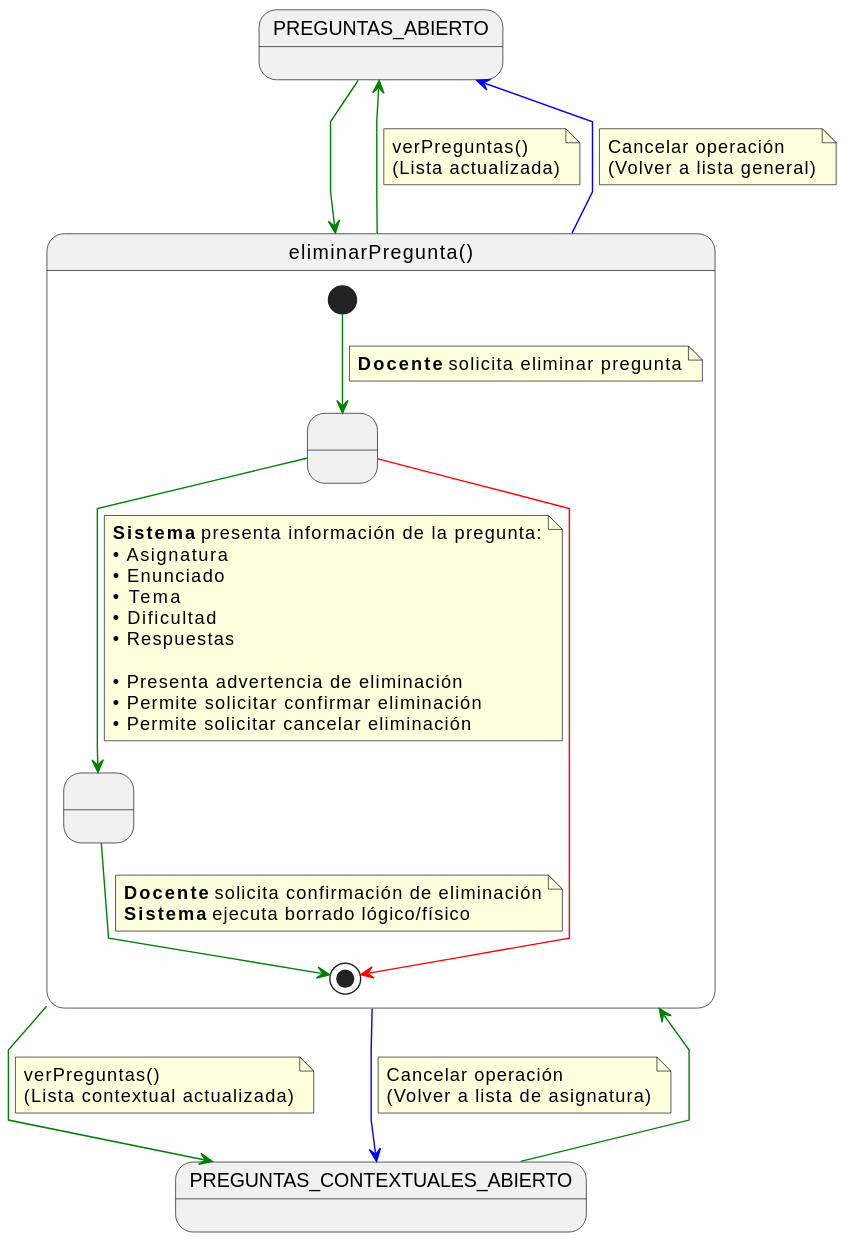
The PlantUML diagram documents/casos-de-uso/detalladoCasosDeUso/eliminarPregunta/eliminarPregunta.svg in martinlopez7/25-26-IdSw1-SdR, before a commit.
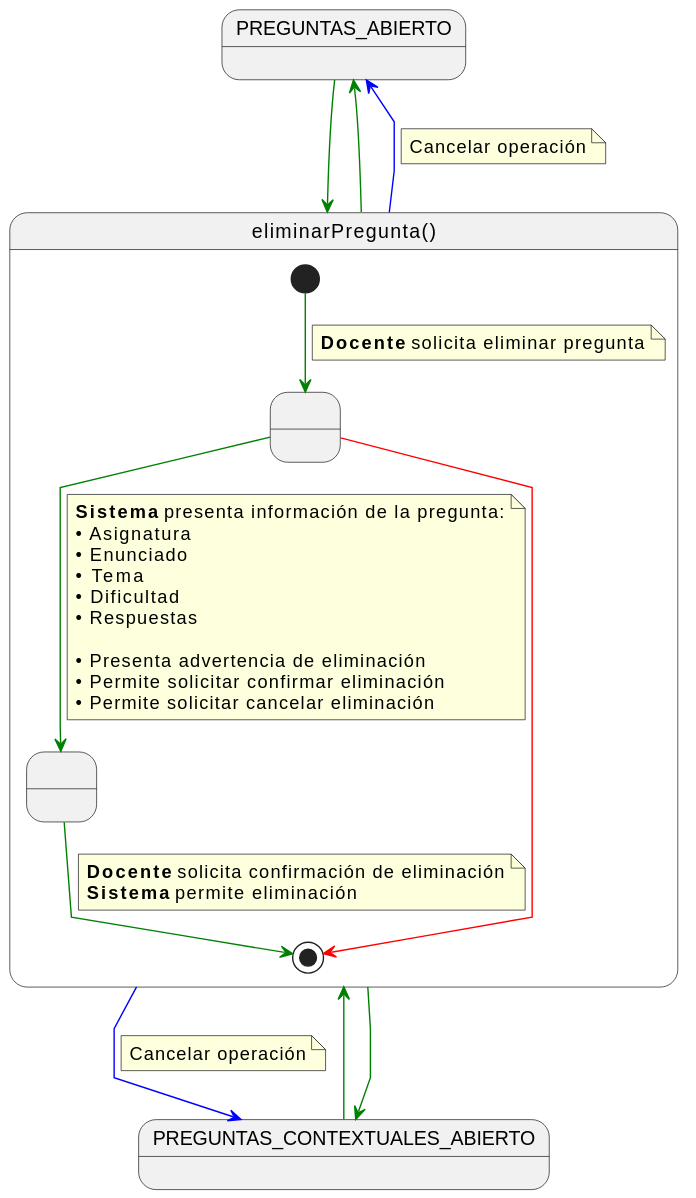
After the change.

Change to the diagram source:
```diff
@@ -34,7 +34,7 @@
     EliminandoPregunta -[#green]-> [*]
     note on link
     <b>Docente</b> solicita confirmación de eliminación
-    <b>Sistema</b> ejecuta borrado lógico/físico
+    <b>Sistema</b> permite eliminación
     end note
 
     ConfirmandoEliminacion -[#red]-> [*]
@@ -42,27 +42,17 @@
 
 
 eliminarPregunta -[#green]-> PREGUNTAS_ABIERTO
-note on link
-verPreguntas()
-(Lista actualizada)
-end note
 
 eliminarPregunta -[#blue]-> PREGUNTAS_ABIERTO
 note on link
 Cancelar operación
-(Volver a lista general)
 end note
 
 
 eliminarPregunta -[#green]-> PREGUNTAS_CONTEXTUALES_ABIERTO
-note on link
-verPreguntas()
-(Lista contextual actualizada)
-end note
 
 eliminarPregunta -[#blue]-> PREGUNTAS_CONTEXTUALES_ABIERTO
 note on link
 Cancelar operación
-(Volver a lista de asignatura)
 end note
 @enduml
```
